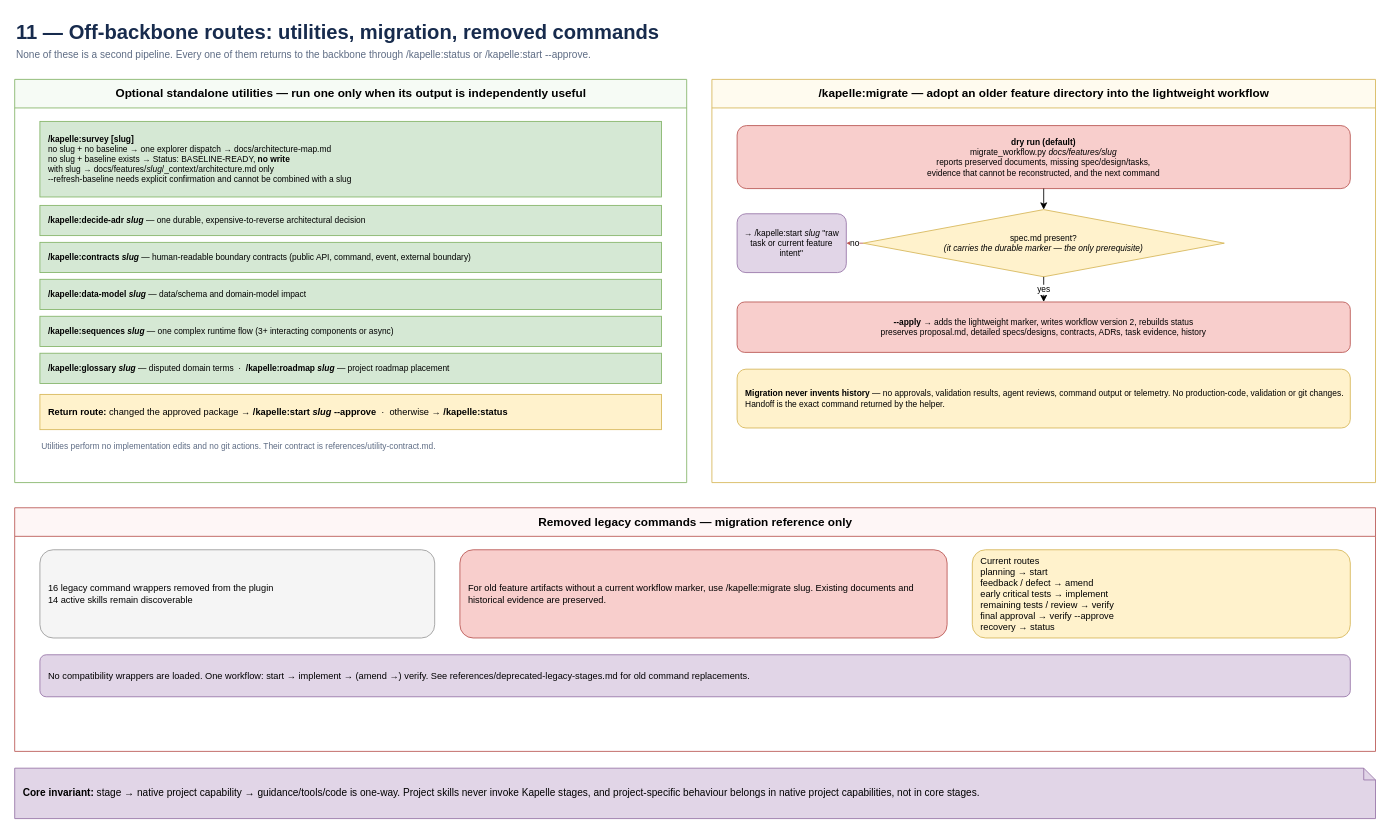
Earlier version of the draw.io diagram page "11 — Utilities and older features" (11 of 11) of docs/KAPELLE_CLAUDE_CODE_FLOW.drawio (IgorPalinchakHub/kapelle). Source tidied: cells renumbered, new cells numbered last; positions are measured from the earlier drawing's top-left corner, leaving out a move shared by most shapes. Both pictures are drawn from the tidied source at 84%, with x=0, y=0 at pixel (14, 14).
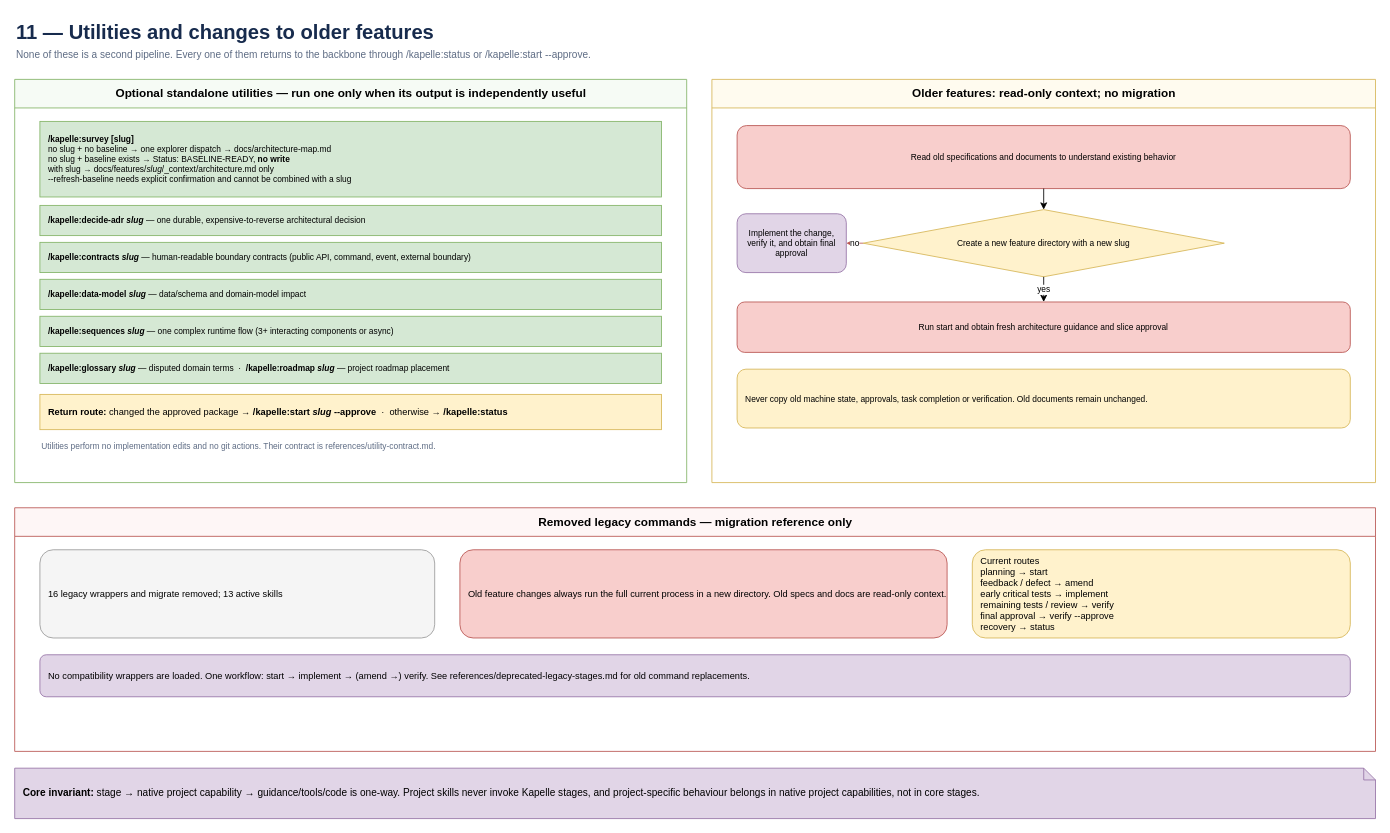
Above is the later version.

Change to the diagram source:
```diff
@@
-    <mxCell id="2" value="11 — Off-backbone routes: utilities, migration, removed commands" style="text;html=1;strokeColor=none;fillColor=none;align=left;fontSize=24;fontStyle=1;fontColor=#172B4D;" parent="1" vertex="1">
+    <mxCell id="2" value="11 — Utilities and changes to older features" style="text;html=1;strokeColor=none;fillColor=none;align=left;fontSize=24;fontStyle=1;fontColor=#172B4D;" parent="1" vertex="1">
       <mxGeometry width="1300" height="34" as="geometry" />
     </mxCell>
@@
-    <mxCell id="13" value="/kapelle:migrate — adopt an older feature directory into the lightweight workflow" style="swimlane;html=1;startSize=34;fillColor=#FFFBEF;strokeColor=#D6B656;fontStyle=1;fontSize=14;" parent="1" vertex="1">
+    <mxCell id="13" value="Older features: read-only context; no migration" style="swimlane;html=1;startSize=34;fillColor=#FFFBEF;strokeColor=#D6B656;fontStyle=1;fontSize=14;" parent="1" vertex="1">
       <mxGeometry x="830" y="77" width="790" height="480" as="geometry" />
     </mxCell>
-    <mxCell id="14" value="&lt;b&gt;dry run (default)&lt;/b&gt;&lt;br&gt;migrate_workflow.py &lt;i&gt;docs/features/slug&lt;/i&gt;&lt;br&gt;reports preserved documents, missing spec/design/tasks,&lt;br&gt;evidence that cannot be reconstructed, and the next command" style="rounded=1;whiteSpace=wrap;html=1;fontSize=10;fillColor=#F8CECC;strokeColor=#B85450;" parent="1" vertex="1">
+    <mxCell id="14" value="Read old specifications and documents to understand existing behavior" style="rounded=1;whiteSpace=wrap;html=1;fontSize=10;fillColor=#F8CECC;strokeColor=#B85450;" parent="1" vertex="1">
       <mxGeometry x="860" y="132" width="730" height="75" as="geometry" />
     </mxCell>
-    <mxCell id="15" value="spec.md present?&lt;br&gt;&lt;i&gt;(it carries the durable marker — the only prerequisite)&lt;/i&gt;" style="rhombus;whiteSpace=wrap;html=1;fontSize=10;fillColor=#FFF2CC;strokeColor=#D6B656;" parent="1" vertex="1">
+    <mxCell id="15" value="Create a new feature directory with a new slug" style="rhombus;whiteSpace=wrap;html=1;fontSize=10;fillColor=#FFF2CC;strokeColor=#D6B656;" parent="1" vertex="1">
       <mxGeometry x="1010" y="232" width="430" height="80" as="geometry" />
     </mxCell>
-    <mxCell id="16" value="&lt;b&gt;--apply&lt;/b&gt; → adds the lightweight marker, writes workflow version 2, rebuilds status&lt;br&gt;preserves proposal.md, detailed specs/designs, contracts, ADRs, task evidence, history" style="rounded=1;whiteSpace=wrap;html=1;fontSize=10;fillColor=#F8CECC;strokeColor=#B85450;" parent="1" vertex="1">
+    <mxCell id="16" value="Run start and obtain fresh architecture guidance and slice approval" style="rounded=1;whiteSpace=wrap;html=1;fontSize=10;fillColor=#F8CECC;strokeColor=#B85450;" parent="1" vertex="1">
       <mxGeometry x="860" y="342" width="730" height="60" as="geometry" />
     </mxCell>
-    <mxCell id="17" value="→ /kapelle:start &lt;i&gt;slug&lt;/i&gt; &quot;raw task or current feature intent&quot;" style="rounded=1;whiteSpace=wrap;html=1;fontSize=10;fillColor=#E1D5E7;strokeColor=#9673A6;" parent="1" vertex="1">
+    <mxCell id="17" value="Implement the change, verify it, and obtain final approval" style="rounded=1;whiteSpace=wrap;html=1;fontSize=10;fillColor=#E1D5E7;strokeColor=#9673A6;" parent="1" vertex="1">
       <mxGeometry x="860" y="237" width="130" height="70" as="geometry" />
     </mxCell>
-    <mxCell id="18" value="&lt;b&gt;Migration never invents history&lt;/b&gt; — no approvals, validation results, agent reviews, command output or telemetry. No production-code, validation or git changes. Handoff is the exact command returned by the helper." style="rounded=1;whiteSpace=wrap;html=1;fontSize=10;align=left;spacingLeft=8;fillColor=#FFF2CC;strokeColor=#D6B656;" parent="1" vertex="1">
+    <mxCell id="18" value="Never copy old machine state, approvals, task completion or verification. Old documents remain unchanged." style="rounded=1;whiteSpace=wrap;html=1;fontSize=10;align=left;spacingLeft=8;fillColor=#FFF2CC;strokeColor=#D6B656;" parent="1" vertex="1">
       <mxGeometry x="860" y="422" width="730" height="70" as="geometry" />
     </mxCell>
@@
-    <mxCell id="23" value="16 legacy command wrappers removed from the plugin&#10;14 active skills remain discoverable" style="rounded=1;whiteSpace=wrap;html=1;fontSize=11;align=left;spacingLeft=8;fillColor=#F5F5F5;strokeColor=#999999;" parent="1" vertex="1">
+    <mxCell id="23" value="16 legacy wrappers and migrate removed; 13 active skills" style="rounded=1;whiteSpace=wrap;html=1;fontSize=11;align=left;spacingLeft=8;fillColor=#F5F5F5;strokeColor=#999999;" parent="1" vertex="1">
       <mxGeometry x="30" y="637" width="470" height="105" as="geometry" />
     </mxCell>
-    <mxCell id="24" value="For old feature artifacts without a current workflow marker, use /kapelle:migrate slug. Existing documents and historical evidence are preserved." style="rounded=1;whiteSpace=wrap;html=1;fontSize=11;align=left;spacingLeft=8;fillColor=#F8CECC;strokeColor=#B85450;" parent="1" vertex="1">
+    <mxCell id="24" value="Old feature changes always run the full current process in a new directory. Old specs and docs are read-only context." style="rounded=1;whiteSpace=wrap;html=1;fontSize=11;align=left;spacingLeft=8;fillColor=#F8CECC;strokeColor=#B85450;" parent="1" vertex="1">
       <mxGeometry x="530" y="637" width="580" height="105" as="geometry" />
     </mxCell>
```
